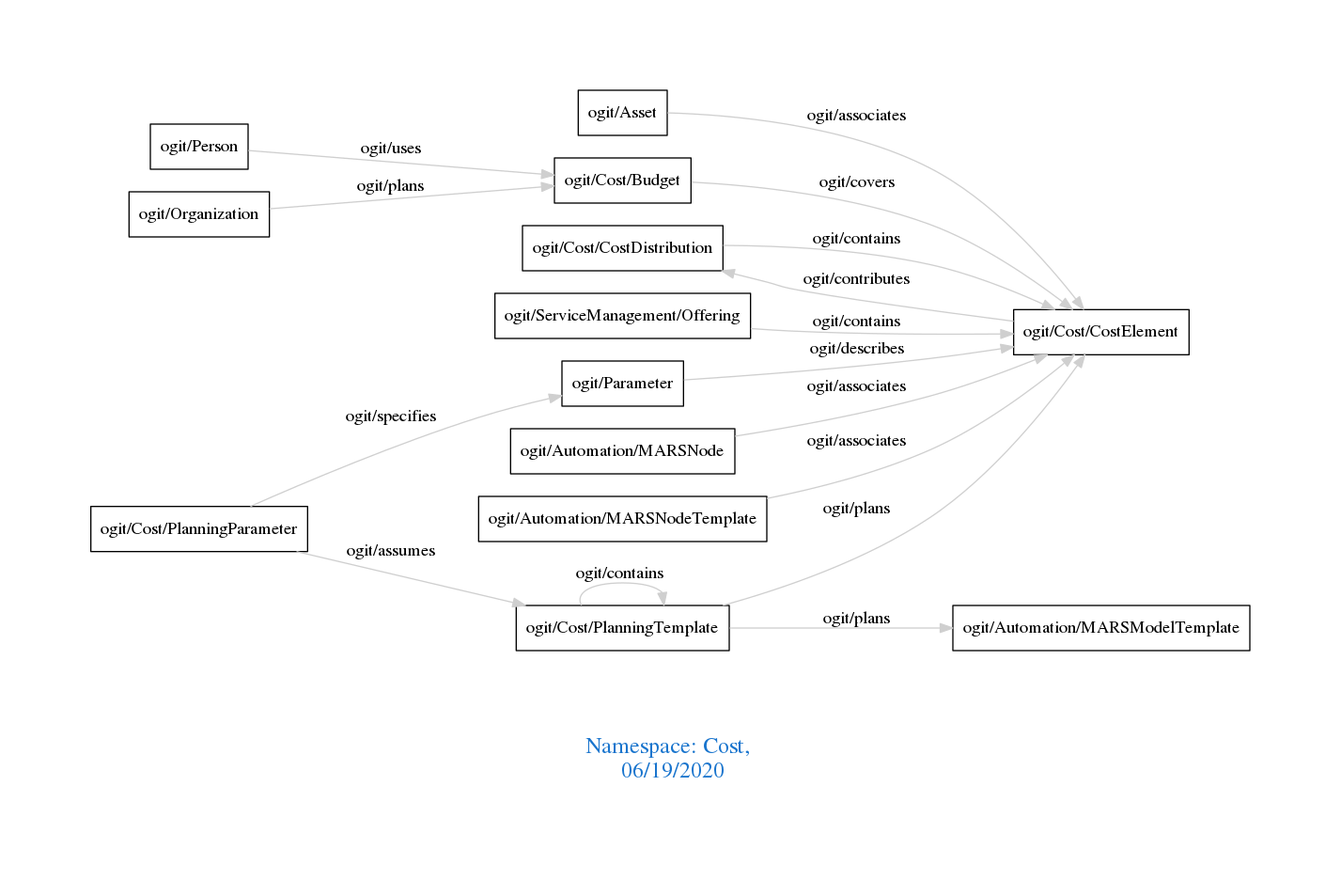
Earlier version of the Graphviz export downloads/Cost.png (arago/OGIT). Its source is kept beside it as downloads/Cost.dot.
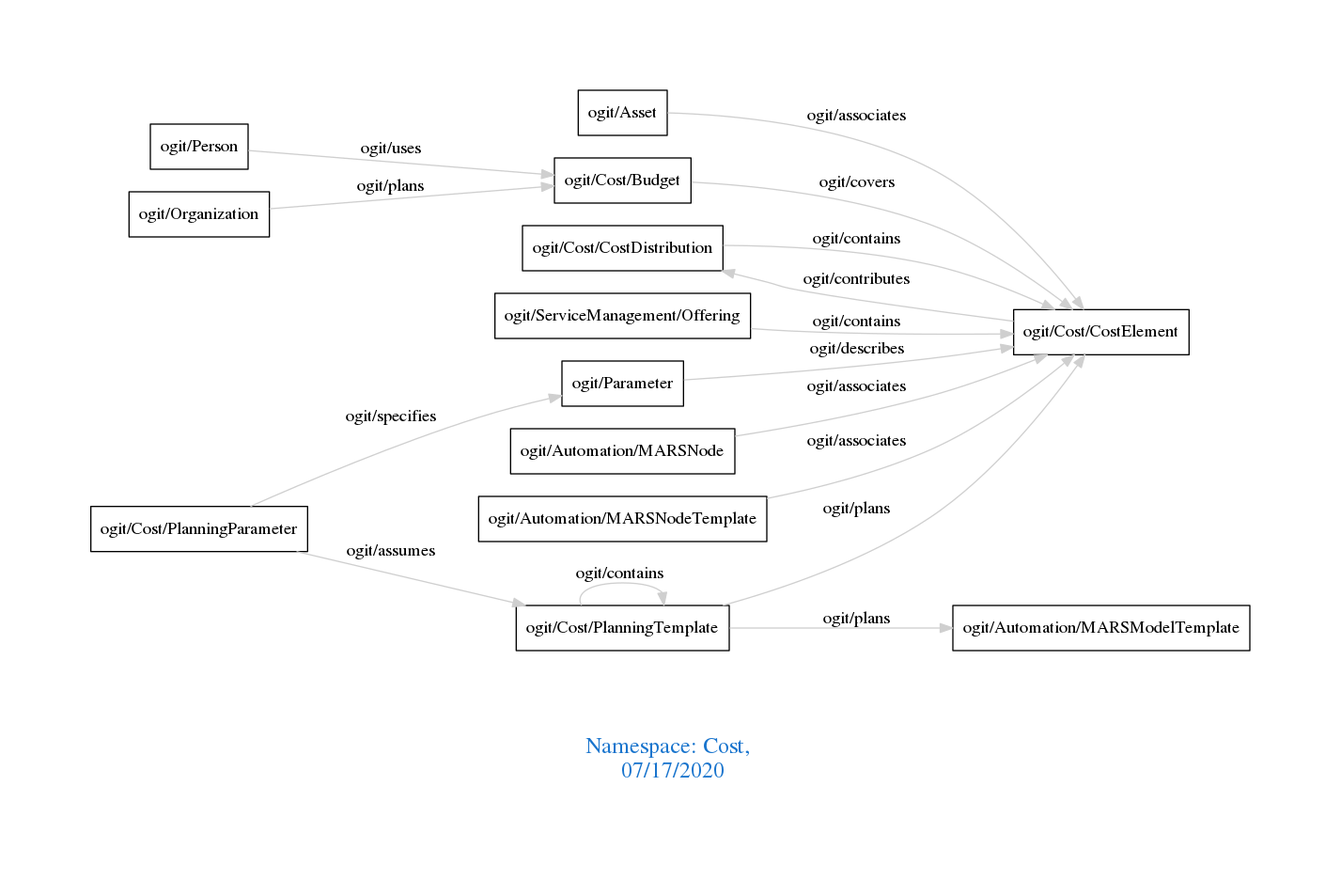
The same diagram one commit later.

What changed in the source:
```diff
@@ -1,7 +1,7 @@
 digraph OGIT_ontology {
  graph [ rankdir= LR,pad=1
 fontsize = 18,
-fontcolor= dodgerblue3,label = "\n\n\nNamespace: Cost, \n 06/19/2020"];
+fontcolor= dodgerblue3,label = "\n\n\nNamespace: Cost, \n 07/17/2020"];
 node[shape=polygon];
 edge [  color="gray81"];
 
```
